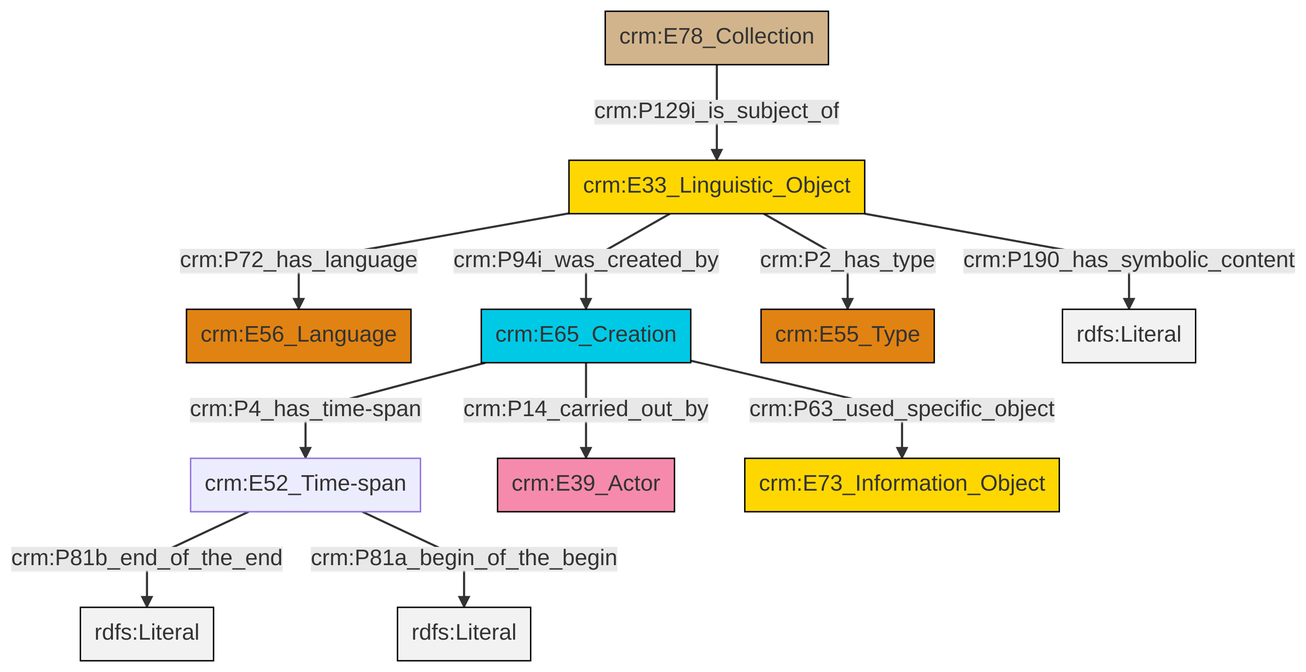
swiss-art-research-net/docs.swissartresearch keeps this Mermaid diagram as et/archivalCSV/ttl/mmd/png/archival_desc.png. Above is the earlier version. Its source is kept beside it as et/archivalCSV/ttl/mmd/archival_desc.ttl.mmd. The source it was exported from:
```mermaid
graph TD
classDef Literal fill:#f2f2f2,stroke:#000000;
classDef CRM_Entity fill:#FFFFFF,stroke:#000000;
classDef Temporal_Entity fill:#00C9E6, stroke:#000000;
classDef Type fill:#E18312, stroke:#000000;
classDef Time-Span fill:#2C9C91, stroke:#000000;
classDef Appellation fill:#FFEB7F, stroke:#000000;
classDef Place fill:#008836, stroke:#000000;
classDef Persistent_Item fill:#B266B2, stroke:#000000;
classDef Conceptual_Object fill:#FFD700, stroke:#000000;
classDef Physical_Thing fill:#D2B48C, stroke:#000000;
classDef Actor fill:#f58aad, stroke:#000000;
classDef PC_Classes fill:#4ce600, stroke:#000000;
classDef Multi fill:#cccccc,stroke:#000000;

2["crm:E33_Linguistic_Object"]:::Conceptual_Object -->|crm:P94i_was_created_by| 3["crm:E65_Creation"]:::Temporal_Entity
2["crm:E33_Linguistic_Object"]:::Conceptual_Object -->|crm:P2_has_type| 4["crm:E55_Type"]:::Type
5["crm:E52_Time-span"]:::Default -->|crm:P81b_end_of_the_end| 6[rdfs:Literal]:::Literal
3["crm:E65_Creation"]:::Temporal_Entity -->|crm:P4_has_time-span| 5["crm:E52_Time-span"]:::Default
5["crm:E52_Time-span"]:::Default -->|crm:P81a_begin_of_the_begin| 8[rdfs:Literal]:::Literal
3["crm:E65_Creation"]:::Temporal_Entity -->|crm:P14_carried_out_by| 9["crm:E39_Actor"]:::Actor
2["crm:E33_Linguistic_Object"]:::Conceptual_Object -->|crm:P72_has_language| 0["crm:E56_Language"]:::Type
2["crm:E33_Linguistic_Object"]:::Conceptual_Object -->|crm:P190_has_symbolic_content| 11[rdfs:Literal]:::Literal
3["crm:E65_Creation"]:::Temporal_Entity -->|crm:P63_used_specific_object| 12["crm:E73_Information_Object"]:::Conceptual_Object
14["crm:E78_Collection"]:::Physical_Thing -->|crm:P129i_is_subject_of| 2["crm:E33_Linguistic_Object"]:::Conceptual_Object
```
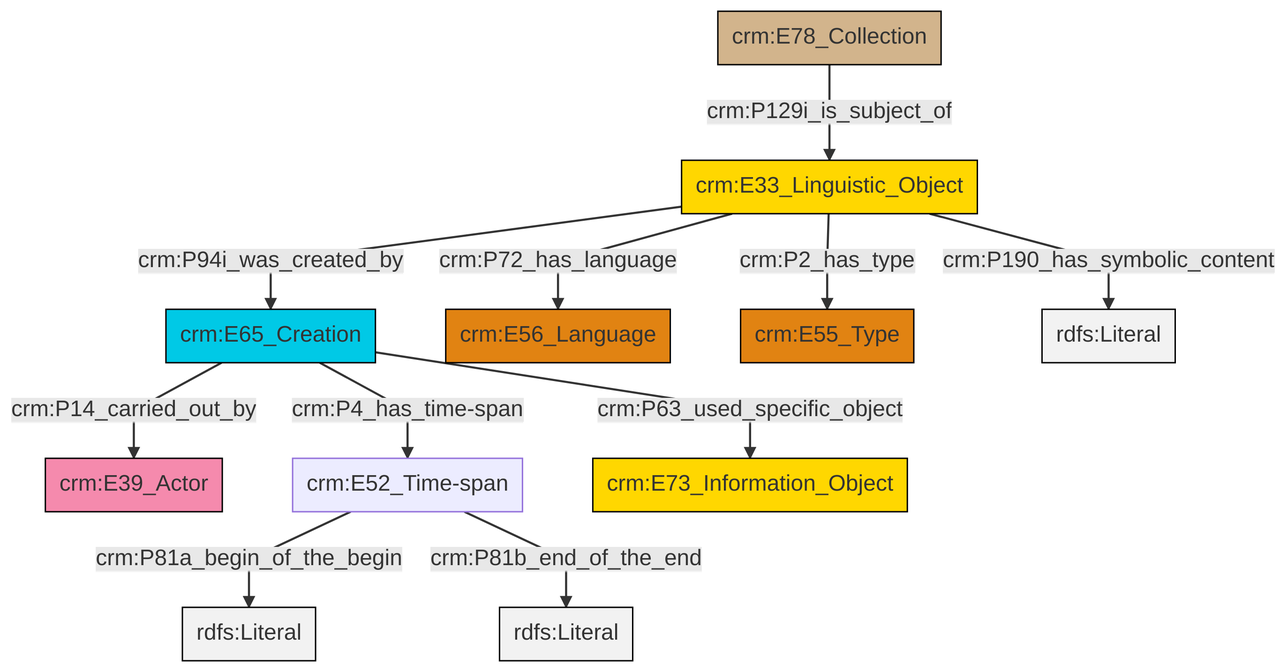
Later version of the same file.

Change to the diagram source:
```diff
@@ -13,13 +13,13 @@
 classDef PC_Classes fill:#4ce600, stroke:#000000;
 classDef Multi fill:#cccccc,stroke:#000000;
 
-2["crm:E33_Linguistic_Object"]:::Conceptual_Object -->|crm:P94i_was_created_by| 3["crm:E65_Creation"]:::Temporal_Entity
-2["crm:E33_Linguistic_Object"]:::Conceptual_Object -->|crm:P2_has_type| 4["crm:E55_Type"]:::Type
-5["crm:E52_Time-span"]:::Default -->|crm:P81b_end_of_the_end| 6[rdfs:Literal]:::Literal
-3["crm:E65_Creation"]:::Temporal_Entity -->|crm:P4_has_time-span| 5["crm:E52_Time-span"]:::Default
-5["crm:E52_Time-span"]:::Default -->|crm:P81a_begin_of_the_begin| 8[rdfs:Literal]:::Literal
-3["crm:E65_Creation"]:::Temporal_Entity -->|crm:P14_carried_out_by| 9["crm:E39_Actor"]:::Actor
-2["crm:E33_Linguistic_Object"]:::Conceptual_Object -->|crm:P72_has_language| 0["crm:E56_Language"]:::Type
-2["crm:E33_Linguistic_Object"]:::Conceptual_Object -->|crm:P190_has_symbolic_content| 11[rdfs:Literal]:::Literal
-3["crm:E65_Creation"]:::Temporal_Entity -->|crm:P63_used_specific_object| 12["crm:E73_Information_Object"]:::Conceptual_Object
-14["crm:E78_Collection"]:::Physical_Thing -->|crm:P129i_is_subject_of| 2["crm:E33_Linguistic_Object"]:::Conceptual_Object
+0["crm:E65_Creation"]:::Temporal_Entity -->|crm:P14_carried_out_by| 1["crm:E39_Actor"]:::Actor
+0["crm:E65_Creation"]:::Temporal_Entity -->|crm:P4_has_time-span| 2["crm:E52_Time-span"]:::Default
+5["crm:E33_Linguistic_Object"]:::Conceptual_Object -->|crm:P2_has_type| 7["crm:E55_Type"]:::Type
+0["crm:E65_Creation"]:::Temporal_Entity -->|crm:P63_used_specific_object| 8["crm:E73_Information_Object"]:::Conceptual_Object
+5["crm:E33_Linguistic_Object"]:::Conceptual_Object -->|crm:P190_has_symbolic_content| 9[rdfs:Literal]:::Literal
+2["crm:E52_Time-span"]:::Default -->|crm:P81a_begin_of_the_begin| 14[rdfs:Literal]:::Literal
+2["crm:E52_Time-span"]:::Default -->|crm:P81b_end_of_the_end| 16[rdfs:Literal]:::Literal
+5["crm:E33_Linguistic_Object"]:::Conceptual_Object -->|crm:P72_has_language| 3["crm:E56_Language"]:::Type
+5["crm:E33_Linguistic_Object"]:::Conceptual_Object -->|crm:P94i_was_created_by| 0["crm:E65_Creation"]:::Temporal_Entity
+11["crm:E78_Collection"]:::Physical_Thing -->|crm:P129i_is_subject_of| 5["crm:E33_Linguistic_Object"]:::Conceptual_Object
```
